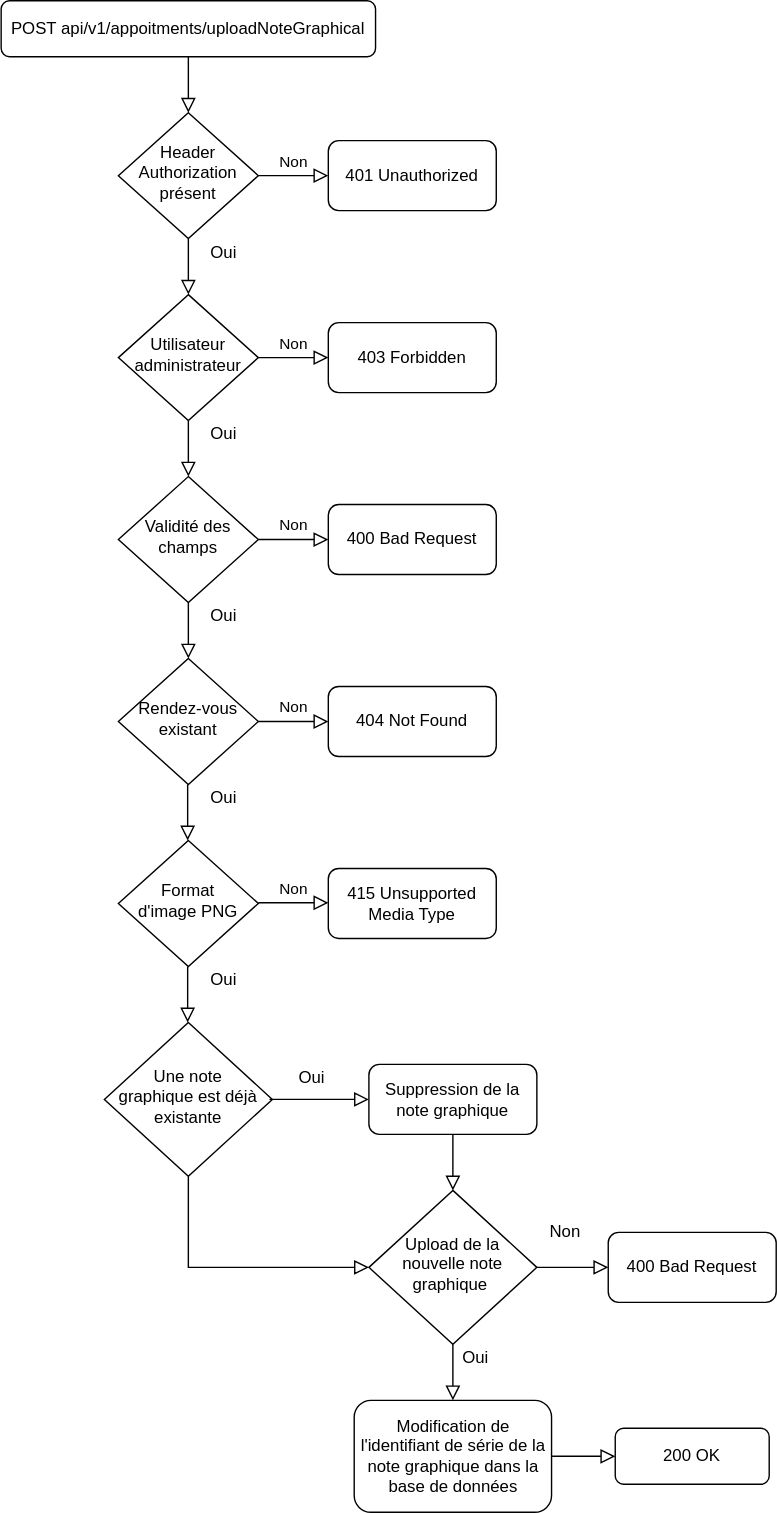
Earlier version of the draw.io export documentation/diagram/drawio/flowchartUploadNoteGraphical.svg (jonathanboreljaquet/bj-travail-diplome-2021). Source tidied: cells renumbered, new cells last; positions are measured from the earlier drawing's top-left corner, leaving out a move shared by most shapes. Source of this version:
```xml
<mxGraphModel>
  <root>
    <mxCell id="0" />
    <mxCell id="1" parent="0" />
    <mxCell id="2" style="rounded=0;html=1;jettySize=auto;fontSize=11;endArrow=block;endFill=0;endSize=8;strokeWidth=1;shadow=0;labelBackgroundColor=none;edgeStyle=orthogonalEdgeStyle;" parent="1" edge="1" target="5">
      <mxGeometry relative="1" as="geometry">
        <mxPoint x="134" y="300" as="sourcePoint" />
      </mxGeometry>
    </mxCell>
    <mxCell id="3" value="POST api/v1/appoitments/uploadNoteGraphical" style="rounded=1;whiteSpace=wrap;html=1;fontSize=12;glass=0;strokeWidth=1;shadow=0;" parent="1" vertex="1">
      <mxGeometry x="0.2" width="267.5" height="40" as="geometry" />
    </mxCell>
    <mxCell id="4" value="Non" style="edgeStyle=orthogonalEdgeStyle;rounded=0;html=1;jettySize=auto;fontSize=11;endArrow=block;endFill=0;endSize=8;strokeWidth=1;shadow=0;labelBackgroundColor=none;" parent="1" edge="1" source="5" target="6">
      <mxGeometry y="10" relative="1" as="geometry" />
    </mxCell>
    <mxCell id="5" value="Validité des &lt;br&gt;champs" style="rhombus;whiteSpace=wrap;html=1;shadow=0;fontFamily=Helvetica;fontSize=12;align=center;strokeWidth=1;spacing=6;spacingTop=-4;" parent="1" vertex="1">
      <mxGeometry x="84" y="340" width="100" height="90" as="geometry" />
    </mxCell>
    <mxCell id="6" value="400 Bad Request" style="rounded=1;whiteSpace=wrap;html=1;fontSize=12;glass=0;strokeWidth=1;shadow=0;" parent="1" vertex="1">
      <mxGeometry x="234" y="360" width="120" height="50" as="geometry" />
    </mxCell>
    <mxCell id="7" style="rounded=0;html=1;jettySize=auto;fontSize=11;endArrow=block;endFill=0;endSize=8;strokeWidth=1;shadow=0;labelBackgroundColor=none;edgeStyle=orthogonalEdgeStyle;" parent="1" edge="1" target="9">
      <mxGeometry relative="1" as="geometry">
        <mxPoint x="134" y="40" as="sourcePoint" />
      </mxGeometry>
    </mxCell>
    <mxCell id="8" value="Non" style="edgeStyle=orthogonalEdgeStyle;rounded=0;html=1;jettySize=auto;fontSize=11;endArrow=block;endFill=0;endSize=8;strokeWidth=1;shadow=0;labelBackgroundColor=none;" parent="1" edge="1" source="9" target="10">
      <mxGeometry y="10" relative="1" as="geometry" />
    </mxCell>
    <mxCell id="9" value="Header&lt;br&gt;Authorization&lt;br&gt;présent" style="rhombus;whiteSpace=wrap;html=1;shadow=0;fontFamily=Helvetica;fontSize=12;align=center;strokeWidth=1;spacing=6;spacingTop=-4;" parent="1" vertex="1">
      <mxGeometry x="84" y="80" width="100" height="90" as="geometry" />
    </mxCell>
    <mxCell id="10" value="401 Unauthorized" style="rounded=1;whiteSpace=wrap;html=1;fontSize=12;glass=0;strokeWidth=1;shadow=0;" parent="1" vertex="1">
      <mxGeometry x="234" y="100" width="120" height="50" as="geometry" />
    </mxCell>
    <mxCell id="11" style="rounded=0;html=1;jettySize=auto;fontSize=11;endArrow=block;endFill=0;endSize=8;strokeWidth=1;shadow=0;labelBackgroundColor=none;edgeStyle=orthogonalEdgeStyle;" parent="1" edge="1" target="13">
      <mxGeometry relative="1" as="geometry">
        <mxPoint x="134" y="170" as="sourcePoint" />
      </mxGeometry>
    </mxCell>
    <mxCell id="12" value="Non" style="edgeStyle=orthogonalEdgeStyle;rounded=0;html=1;jettySize=auto;fontSize=11;endArrow=block;endFill=0;endSize=8;strokeWidth=1;shadow=0;labelBackgroundColor=none;" parent="1" edge="1" source="13" target="14">
      <mxGeometry y="10" relative="1" as="geometry" />
    </mxCell>
    <mxCell id="13" value="Utilisateur&lt;br&gt;administrateur" style="rhombus;whiteSpace=wrap;html=1;shadow=0;fontFamily=Helvetica;fontSize=12;align=center;strokeWidth=1;spacing=6;spacingTop=-4;" parent="1" vertex="1">
      <mxGeometry x="84" y="210" width="100" height="90" as="geometry" />
    </mxCell>
    <mxCell id="14" value="403 Forbidden" style="rounded=1;whiteSpace=wrap;html=1;fontSize=12;glass=0;strokeWidth=1;shadow=0;" parent="1" vertex="1">
      <mxGeometry x="234" y="230" width="120" height="50" as="geometry" />
    </mxCell>
    <mxCell id="15" style="rounded=0;html=1;jettySize=auto;fontSize=11;endArrow=block;endFill=0;endSize=8;strokeWidth=1;shadow=0;labelBackgroundColor=none;edgeStyle=orthogonalEdgeStyle;" parent="1" edge="1" target="17">
      <mxGeometry relative="1" as="geometry">
        <mxPoint x="134" y="430" as="sourcePoint" />
      </mxGeometry>
    </mxCell>
    <mxCell id="16" value="Non" style="edgeStyle=orthogonalEdgeStyle;rounded=0;html=1;jettySize=auto;fontSize=11;endArrow=block;endFill=0;endSize=8;strokeWidth=1;shadow=0;labelBackgroundColor=none;" parent="1" edge="1" source="17" target="18">
      <mxGeometry y="10" relative="1" as="geometry" />
    </mxCell>
    <mxCell id="17" value="Rendez-vous existant" style="rhombus;whiteSpace=wrap;html=1;shadow=0;fontFamily=Helvetica;fontSize=12;align=center;strokeWidth=1;spacing=6;spacingTop=-4;" parent="1" vertex="1">
      <mxGeometry x="84" y="470" width="100" height="90" as="geometry" />
    </mxCell>
    <mxCell id="18" value="404 Not Found" style="rounded=1;whiteSpace=wrap;html=1;fontSize=12;glass=0;strokeWidth=1;shadow=0;" parent="1" vertex="1">
      <mxGeometry x="234" y="490" width="120" height="50" as="geometry" />
    </mxCell>
    <mxCell id="19" value="Format &lt;br&gt;d'image PNG" style="rhombus;whiteSpace=wrap;html=1;shadow=0;fontFamily=Helvetica;fontSize=12;align=center;strokeWidth=1;spacing=6;spacingTop=-4;" parent="1" vertex="1">
      <mxGeometry x="84" y="600" width="100" height="90" as="geometry" />
    </mxCell>
    <mxCell id="20" value="Oui" style="text;html=1;align=center;verticalAlign=middle;strokeColor=none;" parent="1" vertex="1">
      <mxGeometry x="144" y="170" width="30" height="20" as="geometry" />
    </mxCell>
    <mxCell id="21" value="Oui" style="text;html=1;align=center;verticalAlign=middle;strokeColor=none;" parent="1" vertex="1">
      <mxGeometry x="144" y="300" width="30" height="20" as="geometry" />
    </mxCell>
    <mxCell id="22" value="Oui" style="text;html=1;align=center;verticalAlign=middle;strokeColor=none;" parent="1" vertex="1">
      <mxGeometry x="144" y="430" width="30" height="20" as="geometry" />
    </mxCell>
    <mxCell id="23" value="Oui" style="text;html=1;align=center;verticalAlign=middle;strokeColor=none;" parent="1" vertex="1">
      <mxGeometry x="144" y="560" width="30" height="20" as="geometry" />
    </mxCell>
    <mxCell id="24" style="rounded=0;html=1;jettySize=auto;orthogonalLoop=1;fontSize=11;endArrow=block;endFill=0;endSize=8;strokeWidth=1;shadow=0;labelBackgroundColor=none;edgeStyle=orthogonalEdgeStyle;" parent="1" edge="1">
      <mxGeometry relative="1" as="geometry">
        <mxPoint x="133.5" y="560" as="sourcePoint" />
        <mxPoint x="133.5" y="600" as="targetPoint" />
      </mxGeometry>
    </mxCell>
    <mxCell id="25" value="Non" style="edgeStyle=orthogonalEdgeStyle;rounded=0;html=1;jettySize=auto;orthogonalLoop=1;fontSize=11;endArrow=block;endFill=0;endSize=8;strokeWidth=1;shadow=0;labelBackgroundColor=none;" parent="1" edge="1">
      <mxGeometry y="10" relative="1" as="geometry">
        <mxPoint x="184" y="644.5" as="sourcePoint" />
        <mxPoint x="234" y="644.5" as="targetPoint" />
      </mxGeometry>
    </mxCell>
    <mxCell id="26" value="415 Unsupported Media Type" style="rounded=1;whiteSpace=wrap;html=1;fontSize=12;glass=0;strokeWidth=1;shadow=0;" parent="1" vertex="1">
      <mxGeometry x="234" y="620" width="120" height="50" as="geometry" />
    </mxCell>
    <mxCell id="27" value="Une note graphique&amp;nbsp;est déjà &lt;br&gt;existante" style="rhombus;whiteSpace=wrap;html=1;shadow=0;fontFamily=Helvetica;fontSize=12;align=center;strokeWidth=1;spacing=6;spacingTop=-4;" parent="1" vertex="1">
      <mxGeometry x="74" y="730" width="120" height="110" as="geometry" />
    </mxCell>
    <mxCell id="28" style="rounded=0;html=1;jettySize=auto;fontSize=11;endArrow=block;endFill=0;endSize=8;strokeWidth=1;shadow=0;labelBackgroundColor=none;edgeStyle=orthogonalEdgeStyle;exitX=1;exitY=0.5;exitDx=0;exitDy=0;entryX=0;entryY=0.5;entryDx=0;entryDy=0;" parent="1" edge="1" target="30">
      <mxGeometry relative="1" as="geometry">
        <mxPoint x="192" y="785" as="sourcePoint" />
      </mxGeometry>
    </mxCell>
    <mxCell id="29" value="Oui" style="text;html=1;align=center;verticalAlign=middle;strokeColor=none;" parent="1" vertex="1">
      <mxGeometry x="207" y="760" width="30" height="20" as="geometry" />
    </mxCell>
    <mxCell id="30" value="Suppression de la note graphique" style="rounded=1;whiteSpace=wrap;html=1;fontSize=12;glass=0;strokeWidth=1;shadow=0;" parent="1" vertex="1">
      <mxGeometry x="263" y="760" width="120" height="50" as="geometry" />
    </mxCell>
    <mxCell id="31" value="400 Bad Request" style="rounded=1;whiteSpace=wrap;html=1;fontSize=12;glass=0;strokeWidth=1;shadow=0;" parent="1" vertex="1">
      <mxGeometry x="434" y="880" width="120" height="50" as="geometry" />
    </mxCell>
    <mxCell id="32" value="Upload de la nouvelle note graphique&amp;nbsp;" style="rhombus;whiteSpace=wrap;html=1;shadow=0;fontFamily=Helvetica;fontSize=12;align=center;strokeWidth=1;spacing=6;spacingTop=-4;" parent="1" vertex="1">
      <mxGeometry x="263" y="850" width="120" height="110" as="geometry" />
    </mxCell>
    <mxCell id="33" style="rounded=0;html=1;jettySize=auto;fontSize=11;endArrow=block;endFill=0;endSize=8;strokeWidth=1;shadow=0;labelBackgroundColor=none;edgeStyle=orthogonalEdgeStyle;exitX=0.5;exitY=1;exitDx=0;exitDy=0;entryX=0;entryY=0.5;entryDx=0;entryDy=0;" parent="1" edge="1" source="27" target="32">
      <mxGeometry relative="1" as="geometry">
        <Array as="points">
          <mxPoint x="134" y="905" />
        </Array>
      </mxGeometry>
    </mxCell>
    <mxCell id="34" style="rounded=0;html=1;jettySize=auto;fontSize=11;endArrow=block;endFill=0;endSize=8;strokeWidth=1;shadow=0;labelBackgroundColor=none;edgeStyle=orthogonalEdgeStyle;exitX=1;exitY=0.5;exitDx=0;exitDy=0;entryX=0;entryY=0.5;entryDx=0;entryDy=0;" parent="1" edge="1" source="32" target="31">
      <mxGeometry relative="1" as="geometry" />
    </mxCell>
    <mxCell id="35" value="Non" style="text;html=1;align=center;verticalAlign=middle;strokeColor=none;" parent="1" vertex="1">
      <mxGeometry x="383" y="870" width="40" height="20" as="geometry" />
    </mxCell>
    <mxCell id="36" style="rounded=0;html=1;jettySize=auto;fontSize=11;endArrow=block;endFill=0;endSize=8;strokeWidth=1;shadow=0;labelBackgroundColor=none;edgeStyle=orthogonalEdgeStyle;exitX=0.5;exitY=1;exitDx=0;exitDy=0;" parent="1" edge="1" source="32">
      <mxGeometry relative="1" as="geometry">
        <mxPoint x="323" y="1000" as="targetPoint" />
        <Array as="points">
          <mxPoint x="323" y="980" />
        </Array>
      </mxGeometry>
    </mxCell>
    <mxCell id="37" value="Modification de l'identifiant de série de la note graphique dans la base de données" style="rounded=1;whiteSpace=wrap;html=1;fontSize=12;glass=0;strokeWidth=1;shadow=0;" parent="1" vertex="1">
      <mxGeometry x="252.5" y="1000" width="141" height="80" as="geometry" />
    </mxCell>
    <mxCell id="38" style="rounded=0;html=1;jettySize=auto;fontSize=11;endArrow=block;endFill=0;endSize=8;strokeWidth=1;shadow=0;labelBackgroundColor=none;edgeStyle=orthogonalEdgeStyle;exitX=1;exitY=0.5;exitDx=0;exitDy=0;entryX=0;entryY=0.5;entryDx=0;entryDy=0;" parent="1" edge="1" source="37" target="39">
      <mxGeometry relative="1" as="geometry" />
    </mxCell>
    <mxCell id="39" value="200 OK" style="rounded=1;whiteSpace=wrap;html=1;fontSize=12;glass=0;strokeWidth=1;shadow=0;" parent="1" vertex="1">
      <mxGeometry x="439" y="1020" width="110" height="40" as="geometry" />
    </mxCell>
    <mxCell id="40" value="Oui" style="text;html=1;align=center;verticalAlign=middle;strokeColor=none;" parent="1" vertex="1">
      <mxGeometry x="324" y="960" width="30" height="20" as="geometry" />
    </mxCell>
    <mxCell id="41" value="Oui" style="text;html=1;align=center;verticalAlign=middle;strokeColor=none;" parent="1" vertex="1">
      <mxGeometry x="144" y="690" width="30" height="20" as="geometry" />
    </mxCell>
    <mxCell id="42" style="rounded=0;html=1;jettySize=auto;orthogonalLoop=1;fontSize=11;endArrow=block;endFill=0;endSize=8;strokeWidth=1;shadow=0;labelBackgroundColor=none;edgeStyle=orthogonalEdgeStyle;" parent="1" edge="1">
      <mxGeometry relative="1" as="geometry">
        <mxPoint x="133.5" y="690" as="sourcePoint" />
        <mxPoint x="133.5" y="730" as="targetPoint" />
      </mxGeometry>
    </mxCell>
    <mxCell id="43" style="rounded=0;html=1;jettySize=auto;fontSize=11;endArrow=block;endFill=0;endSize=8;strokeWidth=1;shadow=0;labelBackgroundColor=none;edgeStyle=orthogonalEdgeStyle;exitX=0.5;exitY=1;exitDx=0;exitDy=0;entryX=0.5;entryY=0;entryDx=0;entryDy=0;" parent="1" edge="1" source="30" target="32">
      <mxGeometry relative="1" as="geometry" />
    </mxCell>
  </root>
</mxGraphModel>
```
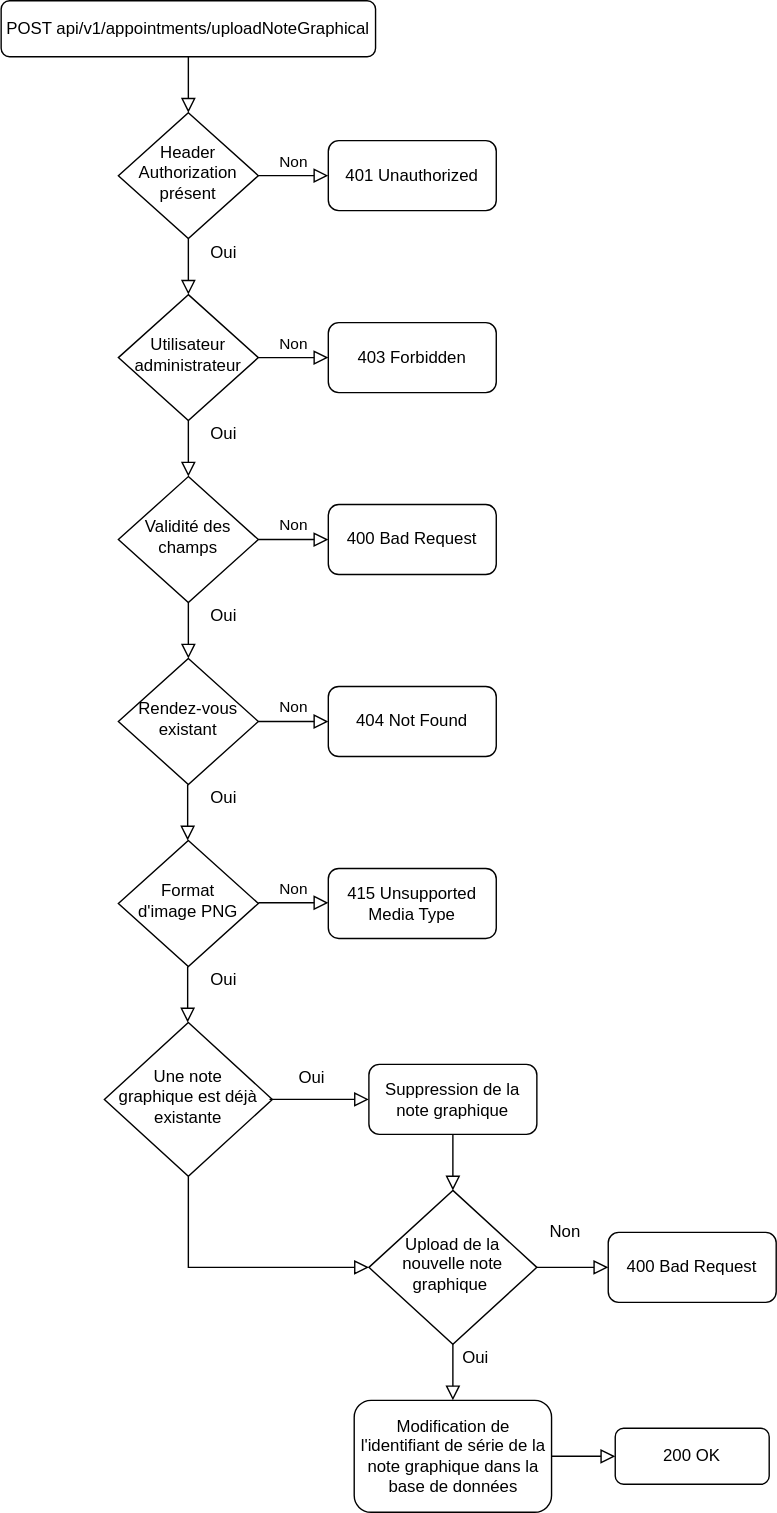
The same diagram one commit later.

What changed in the source:
```diff
@@ -7,7 +7,7 @@
         <mxPoint x="134" y="300" as="sourcePoint" />
       </mxGeometry>
     </mxCell>
-    <mxCell id="3" value="POST api/v1/appoitments/uploadNoteGraphical" style="rounded=1;whiteSpace=wrap;html=1;fontSize=12;glass=0;strokeWidth=1;shadow=0;" parent="1" vertex="1">
+    <mxCell id="3" value="POST api/v1/appointments/uploadNoteGraphical" style="rounded=1;whiteSpace=wrap;html=1;fontSize=12;glass=0;strokeWidth=1;shadow=0;" parent="1" vertex="1">
       <mxGeometry x="0.2" width="267.5" height="40" as="geometry" />
     </mxCell>
     <mxCell id="4" value="Non" style="edgeStyle=orthogonalEdgeStyle;rounded=0;html=1;jettySize=auto;fontSize=11;endArrow=block;endFill=0;endSize=8;strokeWidth=1;shadow=0;labelBackgroundColor=none;" parent="1" edge="1" source="5" target="6">
```
